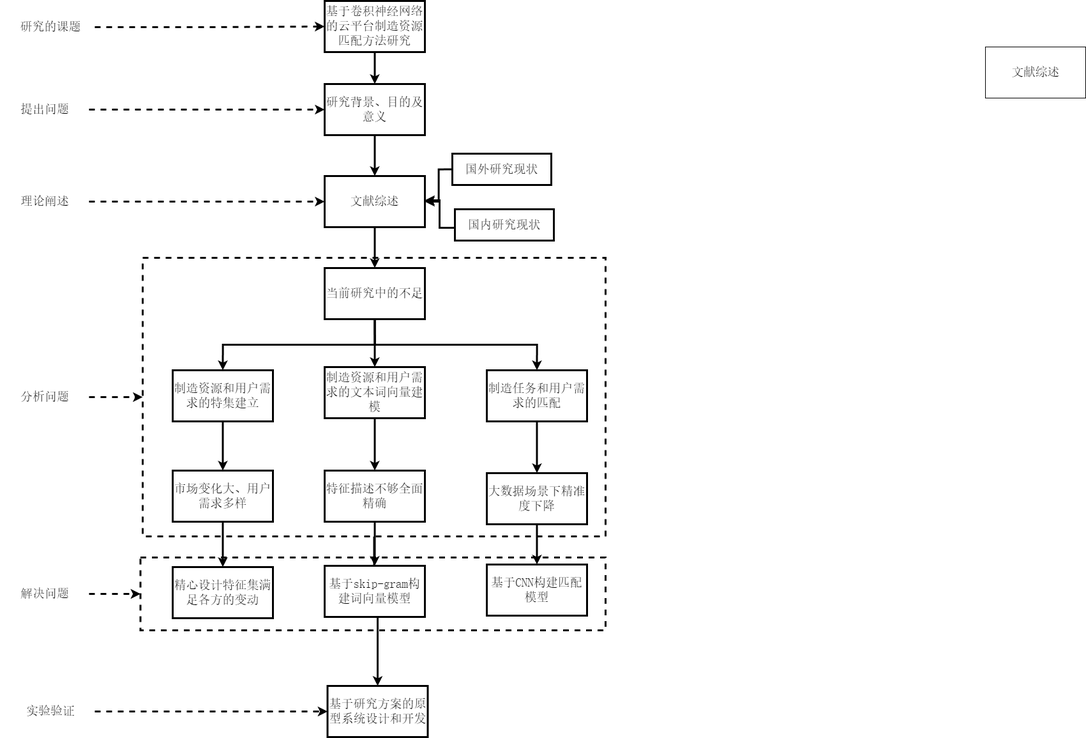
Above: 实验室/供需匹配/技术路线.drawio.png in SixPlusAndTimes/drawio (draw.io), before the change. Source tidied: cells renumbered, new cells last; positions are measured from the earlier drawing's top-left corner, leaving out a move shared by most shapes.
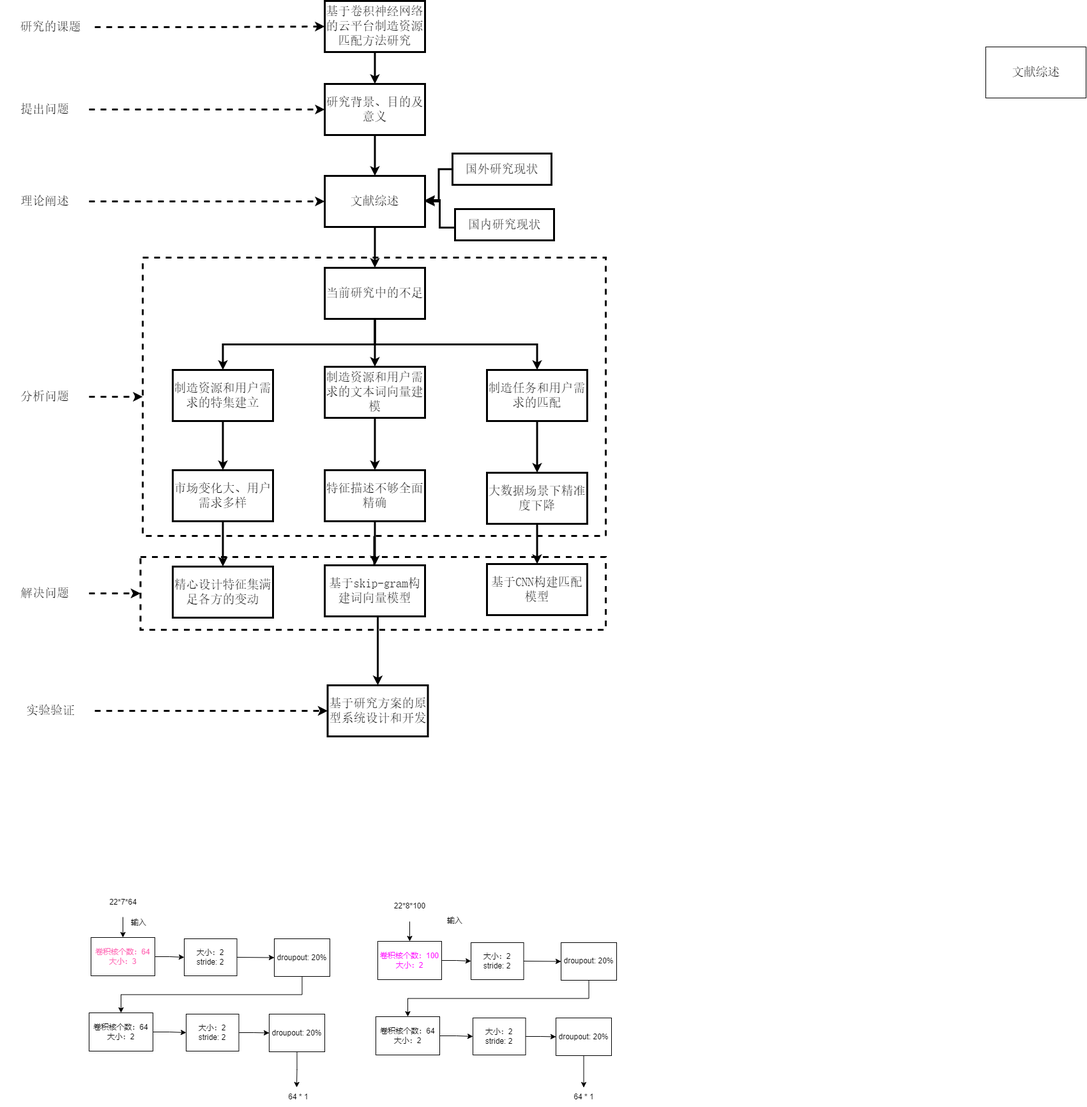
Above is the later version.

Commit message:
更新技术路线.drawio.png

The edit, as a diff of the source:
```diff
@@ -145,5 +145,103 @@
     <mxCell id="47" value="&lt;span style=&quot;font-family: 宋体; font-size: 19px;&quot;&gt;实验验证&lt;/span&gt;" style="text;html=1;strokeColor=none;fillColor=none;align=center;verticalAlign=middle;whiteSpace=wrap;rounded=0;dashed=1;strokeWidth=3;fontSize=19;" parent="1" vertex="1">
       <mxGeometry x="9" y="1081" width="138" height="62" as="geometry" />
     </mxCell>
+    <mxCell id="48" style="edgeStyle=orthogonalEdgeStyle;rounded=0;jettySize=auto;html=1;exitX=1;exitY=0.5;exitDx=0;exitDy=0;" parent="1" edge="1" source="49" target="51">
+      <mxGeometry relative="1" as="geometry" />
+    </mxCell>
+    <mxCell id="49" value="&lt;font color=&quot;#ff66b3&quot;&gt;卷积核个数：64&lt;br&gt;大小：3&lt;/font&gt;" style="rounded=0;whiteSpace=wrap;html=1;" parent="1" vertex="1">
+      <mxGeometry x="141" y="1467" width="100" height="60" as="geometry" />
+    </mxCell>
+    <mxCell id="50" style="rounded=0;jettySize=auto;html=1;exitX=1;exitY=0.5;exitDx=0;exitDy=0;entryX=0;entryY=0.5;entryDx=0;entryDy=0;" parent="1" edge="1" source="51" target="53">
+      <mxGeometry relative="1" as="geometry" />
+    </mxCell>
+    <mxCell id="51" value="大小：2&lt;br&gt;stride: 2" style="rounded=0;whiteSpace=wrap;html=1;" parent="1" vertex="1">
+      <mxGeometry x="287" y="1469" width="82.5" height="58" as="geometry" />
+    </mxCell>
+    <mxCell id="52" style="edgeStyle=orthogonalEdgeStyle;rounded=0;jettySize=auto;html=1;exitX=0.5;exitY=1;exitDx=0;exitDy=0;entryX=0.5;entryY=0;entryDx=0;entryDy=0;" parent="1" edge="1" source="53" target="55">
+      <mxGeometry relative="1" as="geometry" />
+    </mxCell>
+    <mxCell id="53" value="droupout: 20%" style="rounded=0;whiteSpace=wrap;html=1;" parent="1" vertex="1">
+      <mxGeometry x="428" y="1469" width="87" height="59" as="geometry" />
+    </mxCell>
+    <mxCell id="54" style="edgeStyle=orthogonalEdgeStyle;rounded=0;jettySize=auto;html=1;exitX=1;exitY=0.5;exitDx=0;exitDy=0;" parent="1" edge="1" source="55" target="57">
+      <mxGeometry relative="1" as="geometry" />
+    </mxCell>
+    <mxCell id="55" value="卷积核个数：64&lt;br&gt;大小：2" style="rounded=0;whiteSpace=wrap;html=1;" parent="1" vertex="1">
+      <mxGeometry x="138" y="1585" width="100" height="60" as="geometry" />
+    </mxCell>
+    <mxCell id="56" style="edgeStyle=orthogonalEdgeStyle;rounded=0;jettySize=auto;html=1;exitX=1;exitY=0.5;exitDx=0;exitDy=0;" parent="1" edge="1" source="57" target="59">
+      <mxGeometry relative="1" as="geometry" />
+    </mxCell>
+    <mxCell id="57" value="大小：2&lt;br&gt;stride: 2" style="rounded=0;whiteSpace=wrap;html=1;" parent="1" vertex="1">
+      <mxGeometry x="290" y="1587" width="82.5" height="58" as="geometry" />
+    </mxCell>
+    <mxCell id="58" style="edgeStyle=orthogonalEdgeStyle;rounded=0;jettySize=auto;html=1;exitX=0.5;exitY=1;exitDx=0;exitDy=0;fontColor=#000000;" parent="1" edge="1" source="59">
+      <mxGeometry relative="1" as="geometry">
+        <mxPoint x="463" y="1701.8" as="targetPoint" />
+      </mxGeometry>
+    </mxCell>
+    <mxCell id="59" value="droupout: 20%" style="rounded=0;whiteSpace=wrap;html=1;" parent="1" vertex="1">
+      <mxGeometry x="420" y="1587" width="87" height="59" as="geometry" />
+    </mxCell>
+    <mxCell id="60" style="edgeStyle=orthogonalEdgeStyle;rounded=0;jettySize=auto;html=1;exitX=1;exitY=0.5;exitDx=0;exitDy=0;" parent="1" edge="1" source="61" target="63">
+      <mxGeometry relative="1" as="geometry" />
+    </mxCell>
+    <mxCell id="61" value="&lt;font color=&quot;#ff00ff&quot;&gt;卷积核个数：100&lt;br&gt;大小：2&lt;/font&gt;" style="rounded=0;whiteSpace=wrap;html=1;" parent="1" vertex="1">
+      <mxGeometry x="590" y="1473" width="100" height="60" as="geometry" />
+    </mxCell>
+    <mxCell id="62" style="rounded=0;jettySize=auto;html=1;exitX=1;exitY=0.5;exitDx=0;exitDy=0;entryX=0;entryY=0.5;entryDx=0;entryDy=0;" parent="1" edge="1" source="63" target="65">
+      <mxGeometry relative="1" as="geometry" />
+    </mxCell>
+    <mxCell id="63" value="大小：2&lt;br&gt;stride: 2" style="rounded=0;whiteSpace=wrap;html=1;" parent="1" vertex="1">
+      <mxGeometry x="736" y="1475" width="82.5" height="58" as="geometry" />
+    </mxCell>
+    <mxCell id="64" style="edgeStyle=orthogonalEdgeStyle;rounded=0;jettySize=auto;html=1;exitX=0.5;exitY=1;exitDx=0;exitDy=0;entryX=0.5;entryY=0;entryDx=0;entryDy=0;" parent="1" edge="1" source="65" target="67">
+      <mxGeometry relative="1" as="geometry" />
+    </mxCell>
+    <mxCell id="65" value="droupout: 20%" style="rounded=0;whiteSpace=wrap;html=1;" parent="1" vertex="1">
+      <mxGeometry x="877" y="1475" width="87" height="59" as="geometry" />
+    </mxCell>
+    <mxCell id="66" style="edgeStyle=orthogonalEdgeStyle;rounded=0;jettySize=auto;html=1;exitX=1;exitY=0.5;exitDx=0;exitDy=0;" parent="1" edge="1" source="67" target="69">
+      <mxGeometry relative="1" as="geometry" />
+    </mxCell>
+    <mxCell id="67" value="卷积核个数：64&lt;br&gt;大小：2" style="rounded=0;whiteSpace=wrap;html=1;" parent="1" vertex="1">
+      <mxGeometry x="587" y="1591" width="100" height="60" as="geometry" />
+    </mxCell>
+    <mxCell id="68" style="edgeStyle=orthogonalEdgeStyle;rounded=0;jettySize=auto;html=1;exitX=1;exitY=0.5;exitDx=0;exitDy=0;" parent="1" edge="1" source="69" target="71">
+      <mxGeometry relative="1" as="geometry" />
+    </mxCell>
+    <mxCell id="69" value="大小：2&lt;br&gt;stride: 2" style="rounded=0;whiteSpace=wrap;html=1;" parent="1" vertex="1">
+      <mxGeometry x="739" y="1593" width="82.5" height="58" as="geometry" />
+    </mxCell>
+    <mxCell id="70" style="edgeStyle=orthogonalEdgeStyle;rounded=0;jettySize=auto;html=1;exitX=0.5;exitY=1;exitDx=0;exitDy=0;fontColor=#000000;" parent="1" edge="1" source="71" target="79">
+      <mxGeometry relative="1" as="geometry" />
+    </mxCell>
+    <mxCell id="71" value="droupout: 20%" style="rounded=0;whiteSpace=wrap;html=1;" parent="1" vertex="1">
+      <mxGeometry x="869" y="1593" width="87" height="59" as="geometry" />
+    </mxCell>
+    <mxCell id="72" style="edgeStyle=orthogonalEdgeStyle;rounded=0;jettySize=auto;html=1;exitX=0.5;exitY=1;exitDx=0;exitDy=0;entryX=0.5;entryY=0;entryDx=0;entryDy=0;fontColor=#000000;" parent="1" edge="1" source="73" target="49">
+      <mxGeometry relative="1" as="geometry" />
+    </mxCell>
+    <mxCell id="73" value="&lt;font color=&quot;#000000&quot;&gt;22*7*64&lt;/font&gt;" style="text;html=1;strokeColor=none;fillColor=none;align=center;verticalAlign=middle;whiteSpace=wrap;rounded=0;fontColor=#FF66B3;" parent="1" vertex="1">
+      <mxGeometry x="132.5" y="1388" width="117" height="47" as="geometry" />
+    </mxCell>
+    <mxCell id="74" style="edgeStyle=orthogonalEdgeStyle;rounded=0;jettySize=auto;html=1;exitX=0.5;exitY=1;exitDx=0;exitDy=0;fontColor=#000000;" parent="1" edge="1" source="75" target="61">
+      <mxGeometry relative="1" as="geometry" />
+    </mxCell>
+    <mxCell id="75" value="&lt;font color=&quot;#000000&quot;&gt;22*8*100&lt;/font&gt;" style="text;html=1;strokeColor=none;fillColor=none;align=center;verticalAlign=middle;whiteSpace=wrap;rounded=0;fontColor=#FF66B3;" parent="1" vertex="1">
+      <mxGeometry x="581.5" y="1395" width="117" height="47" as="geometry" />
+    </mxCell>
+    <mxCell id="76" value="输入" style="text;html=1;strokeColor=none;fillColor=none;align=center;verticalAlign=middle;whiteSpace=wrap;rounded=0;fontColor=#000000;" parent="1" vertex="1">
+      <mxGeometry x="186.5" y="1429" width="60" height="30" as="geometry" />
+    </mxCell>
+    <mxCell id="77" value="输入" style="text;html=1;strokeColor=none;fillColor=none;align=center;verticalAlign=middle;whiteSpace=wrap;rounded=0;fontColor=#000000;" parent="1" vertex="1">
+      <mxGeometry x="681" y="1426" width="60" height="30" as="geometry" />
+    </mxCell>
+    <mxCell id="78" value="64 * 1" style="text;html=1;strokeColor=none;fillColor=none;align=center;verticalAlign=middle;whiteSpace=wrap;rounded=0;fontColor=#000000;" parent="1" vertex="1">
+      <mxGeometry x="436" y="1702" width="60" height="30" as="geometry" />
+    </mxCell>
+    <mxCell id="79" value="64 * 1" style="text;html=1;strokeColor=none;fillColor=none;align=center;verticalAlign=middle;whiteSpace=wrap;rounded=0;fontColor=#000000;" parent="1" vertex="1">
+      <mxGeometry x="882.5" y="1702" width="60" height="30" as="geometry" />
+    </mxCell>
   </root>
 </mxGraphModel>
```
